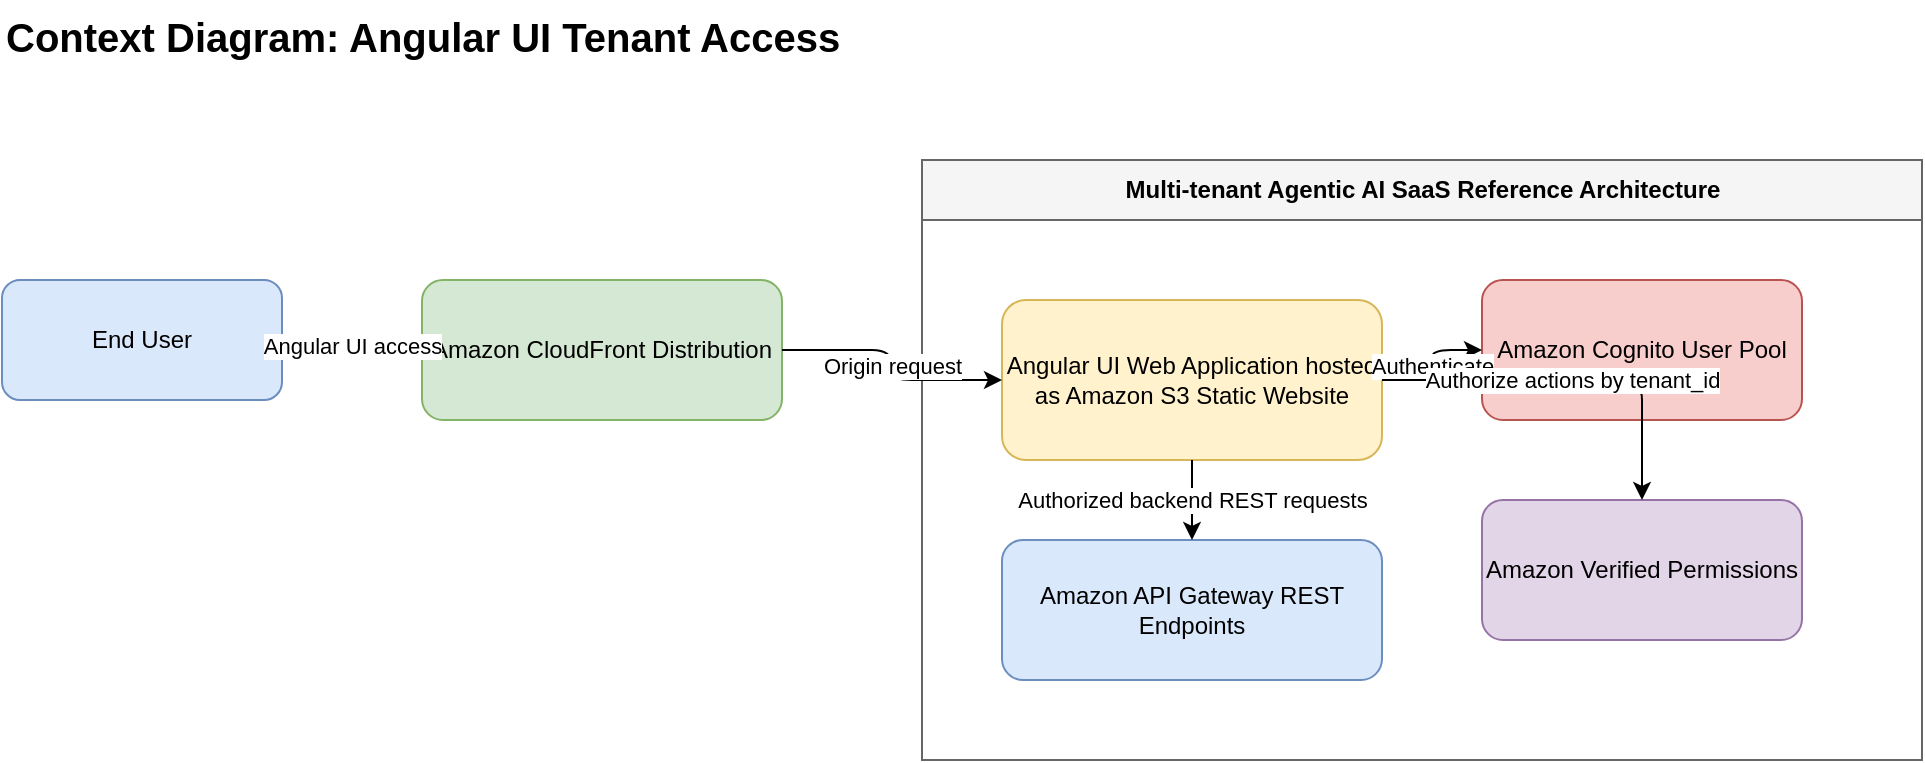
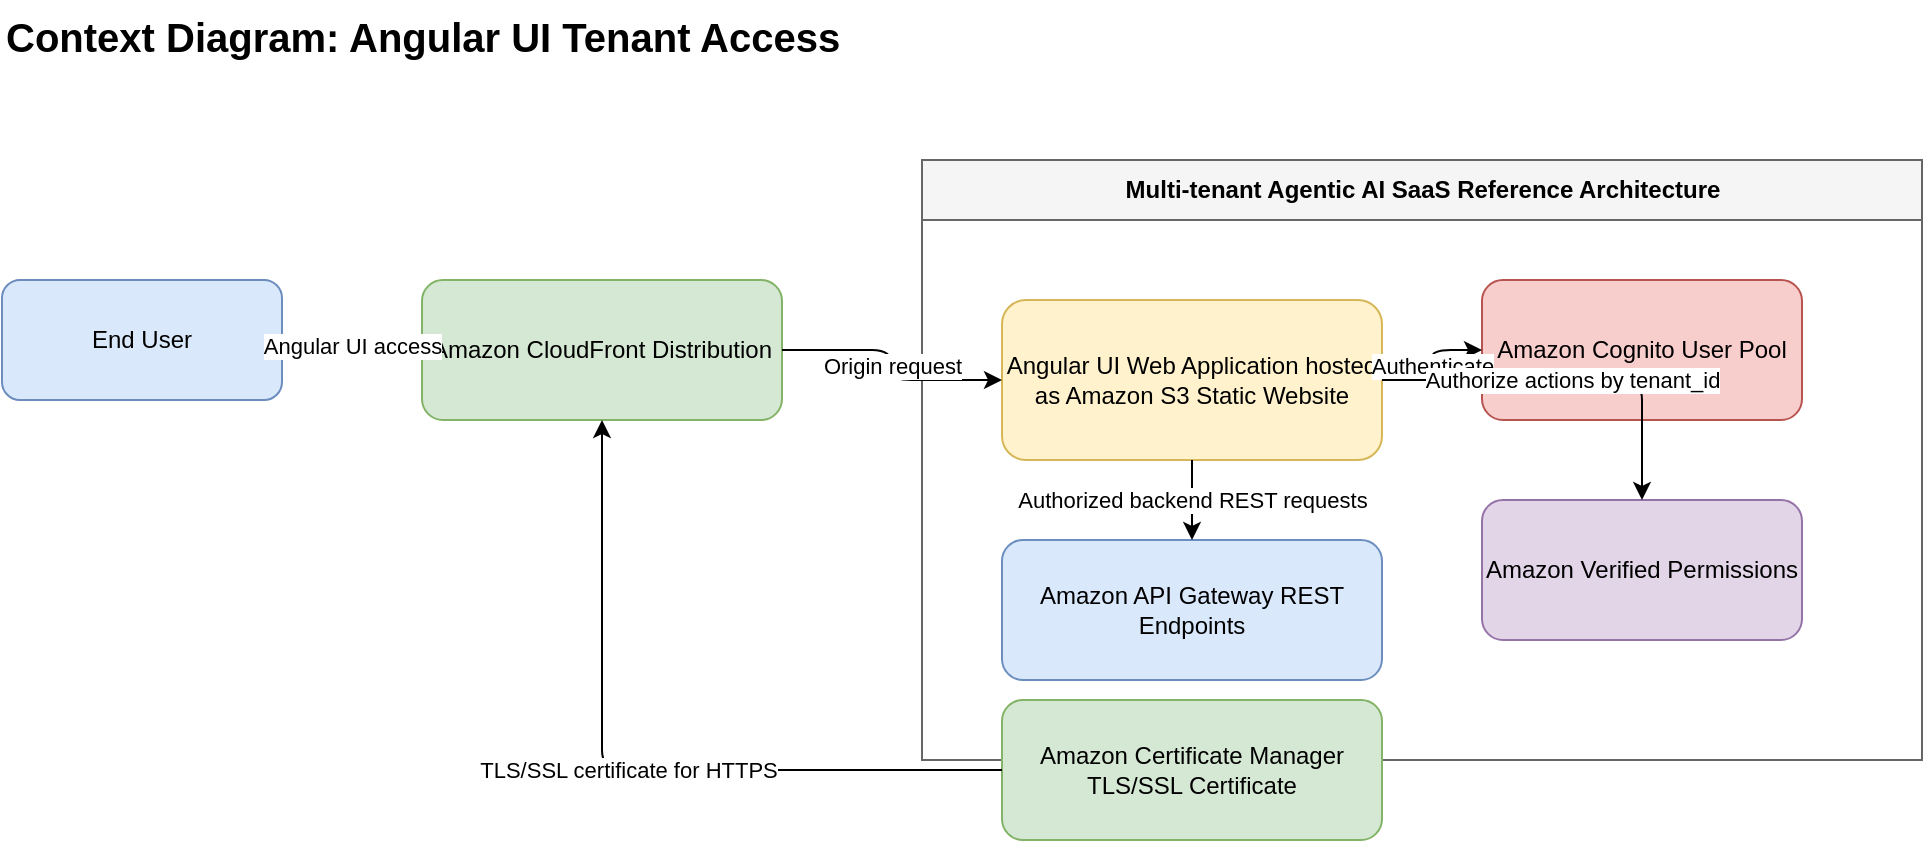
<mxGraphModel dx="1200" dy="800" grid="1" gridSize="10" guides="1" tooltips="1" connect="1" arrows="1" fold="1" page="1" pageScale="1" pageWidth="1100" pageHeight="850" math="0" shadow="0" adaptiveColors="auto">
  <root>
    <mxCell id="0"/>
    <mxCell id="1" parent="0"/>
    <mxCell id="title" value="Context Diagram: Angular UI Tenant Access" style="text;html=1;fontSize=20;fontStyle=1;strokeColor=none;fillColor=none;" vertex="1" parent="1">
      <mxGeometry x="40" y="20" width="500" height="40" as="geometry"/>
    </mxCell>
    <mxCell id="user" value="End User" style="rounded=1;whiteSpace=wrap;html=1;fillColor=#dae8fc;strokeColor=#6c8ebf;" vertex="1" parent="1">
      <mxGeometry x="40" y="160" width="140" height="60" as="geometry"/>
    </mxCell>
    <mxCell id="cloudfront" value="Amazon CloudFront Distribution" style="rounded=1;whiteSpace=wrap;html=1;fillColor=#d5e8d4;strokeColor=#82b366;" vertex="1" parent="1">
      <mxGeometry x="250" y="160" width="180" height="70" as="geometry"/>
    </mxCell>
    <mxCell id="system" value="Multi-tenant Agentic AI SaaS Reference Architecture" style="swimlane;startSize=30;fillColor=#f5f5f5;strokeColor=#666666;html=1;" vertex="1" parent="1">
      <mxGeometry x="500" y="100" width="500" height="300" as="geometry"/>
    </mxCell>
    <mxCell id="ui" value="Angular UI Web Application hosted as Amazon S3 Static Website" style="rounded=1;whiteSpace=wrap;html=1;fillColor=#fff2cc;strokeColor=#d6b656;" vertex="1" parent="system">
      <mxGeometry x="40" y="70" width="190" height="80" as="geometry"/>
    </mxCell>
    <mxCell id="cognito" value="Amazon Cognito User Pool" style="rounded=1;whiteSpace=wrap;html=1;fillColor=#f8cecc;strokeColor=#b85450;" vertex="1" parent="system">
      <mxGeometry x="280" y="60" width="160" height="70" as="geometry"/>
    </mxCell>
    <mxCell id="avp" value="Amazon Verified Permissions" style="rounded=1;whiteSpace=wrap;html=1;fillColor=#e1d5e7;strokeColor=#9673a6;" vertex="1" parent="system">
      <mxGeometry x="280" y="170" width="160" height="70" as="geometry"/>
    </mxCell>
    <mxCell id="apigw" value="Amazon API Gateway REST Endpoints" style="rounded=1;whiteSpace=wrap;html=1;fillColor=#dae8fc;strokeColor=#6c8ebf;" vertex="1" parent="system">
      <mxGeometry x="40" y="190" width="190" height="70" as="geometry"/>
    </mxCell>
+     <mxCell id="acm" value="Amazon Certificate Manager TLS/SSL Certificate" style="rounded=1;whiteSpace=wrap;html=1;fillColor=#d5e8d4;strokeColor=#82b366;" vertex="1" parent="system">
+       <mxGeometry x="40" y="270" width="190" height="70" as="geometry"/>
+     </mxCell>
    <mxCell id="e1" value="Angular UI access" style="edgeStyle=orthogonalEdgeStyle;rounded=1;html=1;endArrow=classic;" edge="1" parent="1" source="user" target="cloudfront">
      <mxGeometry relative="1" as="geometry"/>
    </mxCell>
    <mxCell id="e2" value="Origin request" style="edgeStyle=orthogonalEdgeStyle;rounded=1;html=1;endArrow=classic;" edge="1" parent="1" source="cloudfront" target="ui">
      <mxGeometry relative="1" as="geometry"/>
    </mxCell>
    <mxCell id="e3" value="Authenticate" style="edgeStyle=orthogonalEdgeStyle;rounded=1;html=1;endArrow=classic;" edge="1" parent="1" source="ui" target="cognito">
      <mxGeometry relative="1" as="geometry"/>
    </mxCell>
    <mxCell id="e4" value="Authorize actions by tenant_id" style="edgeStyle=orthogonalEdgeStyle;rounded=1;html=1;endArrow=classic;" edge="1" parent="1" source="ui" target="avp">
      <mxGeometry relative="1" as="geometry"/>
    </mxCell>
    <mxCell id="e5" value="Authorized backend REST requests" style="edgeStyle=orthogonalEdgeStyle;rounded=1;html=1;endArrow=classic;" edge="1" parent="1" source="ui" target="apigw">
      <mxGeometry relative="1" as="geometry"/>
    </mxCell>
+     <mxCell id="e6" value="TLS/SSL certificate for HTTPS" style="edgeStyle=orthogonalEdgeStyle;rounded=1;html=1;endArrow=classic;" edge="1" parent="1" source="acm" target="cloudfront">
+       <mxGeometry relative="1" as="geometry"/>
+     </mxCell>
  </root>
</mxGraphModel>
